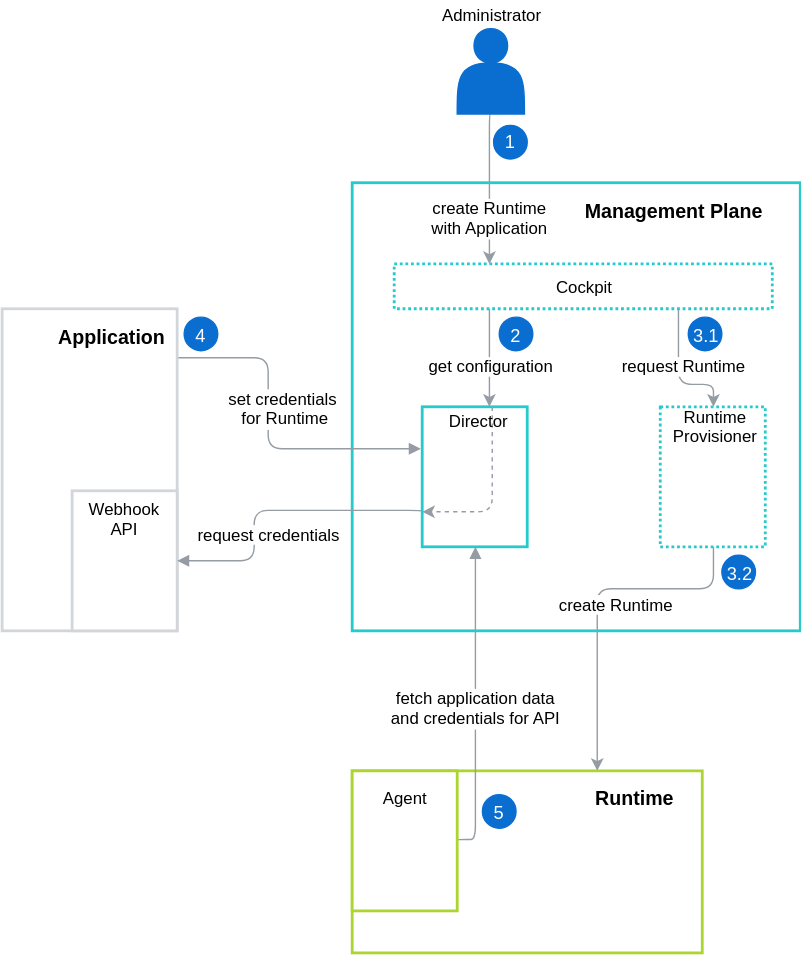
Above: docs/architecture/assets/api-credentials-flow.svg in kyma-incubator/compass (draw.io), before the change. Source tidied: cells renumbered, new cells last; positions are measured from the earlier drawing's top-left corner, leaving out a move shared by most shapes.
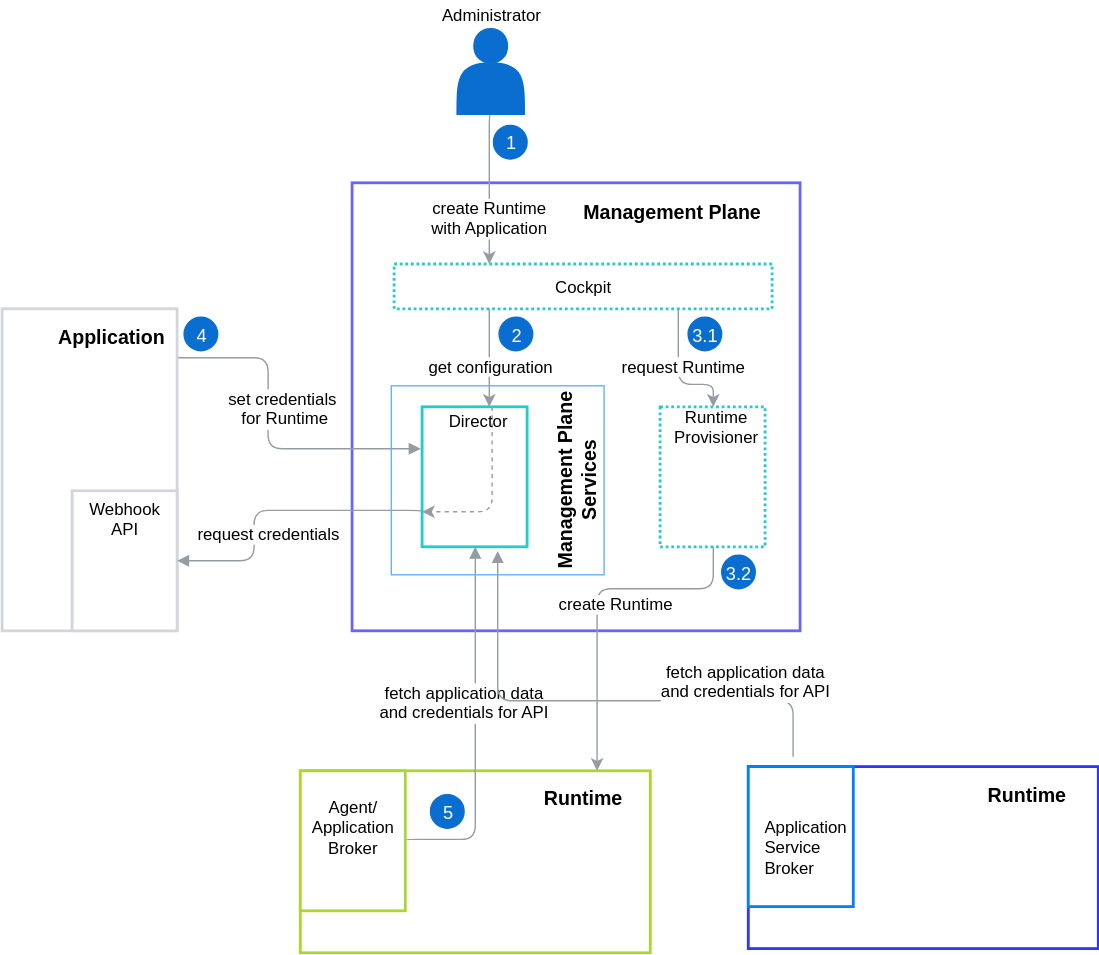
After the commit.

Diff of the diagram source:
```diff
@@ -2,17 +2,17 @@
   <root>
     <mxCell id="0" />
     <mxCell id="1" parent="0" />
-    <mxCell id="2" style="rounded=0;whiteSpace=wrap;html=1;strokeColor=#24CACC;strokeWidth=2;horizontal=1;" parent="1" vertex="1">
+    <mxCell id="2" style="rounded=0;whiteSpace=wrap;html=1;strokeColor=#6666FF;strokeWidth=2;horizontal=1;" parent="1" vertex="1">
       <mxGeometry x="250" y="130" width="320" height="320" as="geometry" />
     </mxCell>
     <mxCell id="3" value="Management Plane&lt;br style=&quot;font-size: 14px&quot;&gt;" style="text;html=1;strokeColor=none;fillColor=none;align=center;verticalAlign=middle;whiteSpace=wrap;rounded=0;fontStyle=1;fontSize=14;" parent="1" vertex="1">
       <mxGeometry x="392.5" y="140" width="172" height="20" as="geometry" />
     </mxCell>
     <mxCell id="4" style="rounded=0;whiteSpace=wrap;html=1;strokeColor=#ACD62F;strokeWidth=2;horizontal=1;" parent="1" vertex="1">
-      <mxGeometry x="250" y="550" width="250" height="130" as="geometry" />
+      <mxGeometry x="213" y="550" width="250" height="130" as="geometry" />
     </mxCell>
     <mxCell id="5" value="&amp;nbsp;Runtime&lt;br style=&quot;font-size: 14px;&quot;&gt;" style="text;html=1;strokeColor=none;fillColor=none;align=center;verticalAlign=middle;whiteSpace=wrap;rounded=0;fontStyle=1;fontSize=14;" parent="1" vertex="1">
-      <mxGeometry x="412.5" y="559" width="74" height="20" as="geometry" />
+      <mxGeometry x="375.5" y="559" width="74" height="20" as="geometry" />
     </mxCell>
     <mxCell id="6" style="edgeStyle=orthogonalEdgeStyle;rounded=1;jettySize=auto;html=1;exitX=1;exitY=0.152;exitDx=0;exitDy=0;startArrow=none;startFill=0;endArrow=block;endFill=1;strokeColor=#959CA4;fontSize=12;exitPerimeter=0;" parent="1" edge="1" source="8">
       <mxGeometry relative="1" as="geometry">
@@ -115,17 +115,17 @@
     </mxCell>
     <mxCell id="26" value="fetch application data&lt;br&gt;and credentials for API&lt;br&gt;" style="text;html=1;align=center;verticalAlign=middle;labelBackgroundColor=#ffffff;fontSize=12;" parent="25" vertex="1">
       <mxGeometry x="-0.11" y="1" relative="1" as="geometry">
-        <mxPoint x="0.5" y="-10" as="offset" />
+        <mxPoint x="-7" y="-35" as="offset" />
       </mxGeometry>
     </mxCell>
     <mxCell id="27" style="rounded=0;whiteSpace=wrap;html=1;strokeColor=#ACD62F;strokeWidth=2;horizontal=1;" parent="1" vertex="1">
-      <mxGeometry x="250" y="550" width="75" height="100" as="geometry" />
+      <mxGeometry x="213" y="550" width="75" height="100" as="geometry" />
     </mxCell>
-    <mxCell id="28" value="Agent" style="text;html=1;strokeColor=none;fillColor=none;align=center;verticalAlign=middle;whiteSpace=wrap;rounded=0;fontSize=12;" parent="1" vertex="1">
-      <mxGeometry x="267.5" y="559" width="40" height="20" as="geometry" />
+    <mxCell id="28" value="Agent/&lt;br&gt;Application&lt;br&gt;Broker&lt;br&gt;" style="text;html=1;strokeColor=none;fillColor=none;align=center;verticalAlign=middle;whiteSpace=wrap;rounded=0;fontSize=12;" parent="1" vertex="1">
+      <mxGeometry x="230.5" y="580" width="40" height="20" as="geometry" />
     </mxCell>
     <mxCell id="29" value="&lt;div style=&quot;text-align: center&quot;&gt;&lt;font color=&quot;#ffffff&quot;&gt;&lt;span style=&quot;font-size: 13px&quot;&gt;5&lt;/span&gt;&lt;/font&gt;&lt;/div&gt;" style="ellipse;whiteSpace=wrap;html=1;strokeColor=#0A6ED1;strokeWidth=1;fillColor=#0A6ED1;" parent="1" vertex="1">
-      <mxGeometry x="343" y="567" width="24" height="24" as="geometry" />
+      <mxGeometry x="306" y="567" width="24" height="24" as="geometry" />
     </mxCell>
     <mxCell id="30" value="Administrator&lt;br&gt;" style="text;html=1;strokeColor=none;fillColor=none;align=center;verticalAlign=middle;whiteSpace=wrap;rounded=0;" parent="1" vertex="1">
       <mxGeometry x="329" width="40" height="20" as="geometry" />
@@ -171,5 +171,38 @@
     <mxCell id="40" value="&lt;div style=&quot;text-align: center&quot;&gt;&lt;font color=&quot;#ffffff&quot;&gt;&lt;span style=&quot;font-size: 13px&quot;&gt;3.1&lt;/span&gt;&lt;/font&gt;&lt;/div&gt;" style="ellipse;whiteSpace=wrap;html=1;strokeColor=#0A6ED1;strokeWidth=1;fillColor=#0A6ED1;" parent="1" vertex="1">
       <mxGeometry x="489.5" y="226" width="24" height="24" as="geometry" />
     </mxCell>
+    <mxCell id="41" style="rounded=0;whiteSpace=wrap;html=1;strokeColor=#66B2FF;fillColor=none;" parent="1" vertex="1">
+      <mxGeometry x="278" y="275" width="152" height="135" as="geometry" />
+    </mxCell>
+    <mxCell id="42" value="Management Plane Services&lt;br style=&quot;font-size: 14px&quot;&gt;" style="text;html=1;strokeColor=none;fillColor=none;align=center;verticalAlign=middle;whiteSpace=wrap;rounded=0;fontStyle=1;fontSize=14;rotation=-90;" parent="1" vertex="1">
+      <mxGeometry x="324" y="332.5" width="172" height="20" as="geometry" />
+    </mxCell>
+    <mxCell id="43" style="rounded=0;whiteSpace=wrap;html=1;strokeColor=#3333FF;strokeWidth=2;horizontal=1;" parent="1" vertex="1">
+      <mxGeometry x="533" y="547" width="250" height="130" as="geometry" />
+    </mxCell>
+    <mxCell id="44" value="&amp;nbsp;Runtime&lt;br style=&quot;font-size: 14px;&quot;&gt;" style="text;html=1;strokeColor=none;fillColor=none;align=center;verticalAlign=middle;whiteSpace=wrap;rounded=0;fontStyle=1;fontSize=14;" parent="1" vertex="1">
+      <mxGeometry x="693" y="557" width="74" height="20" as="geometry" />
+    </mxCell>
+    <mxCell id="45" style="rounded=0;whiteSpace=wrap;html=1;strokeColor=#007FFF;strokeWidth=2;horizontal=1;" parent="1" vertex="1">
+      <mxGeometry x="533" y="547" width="75" height="100" as="geometry" />
+    </mxCell>
+    <mxCell id="46" value="Application&lt;br&gt;Service&lt;br&gt;Broker" style="text;html=1;" parent="1" vertex="1">
+      <mxGeometry x="543" y="577" width="150" height="30" as="geometry" />
+    </mxCell>
+    <mxCell id="47" style="edgeStyle=orthogonalEdgeStyle;rounded=1;orthogonalLoop=1;jettySize=auto;html=1;startArrow=none;startFill=0;endArrow=block;endFill=1;strokeColor=#959CA4;fontSize=12;" parent="1" edge="1">
+      <mxGeometry relative="1" as="geometry">
+        <mxPoint x="565" y="540" as="sourcePoint" />
+        <mxPoint x="354" y="393" as="targetPoint" />
+        <Array as="points">
+          <mxPoint x="565" y="500" />
+          <mxPoint x="354" y="500" />
+        </Array>
+      </mxGeometry>
+    </mxCell>
+    <mxCell id="48" value="fetch application data&lt;br&gt;and credentials for API&lt;br&gt;" style="text;html=1;align=center;verticalAlign=middle;labelBackgroundColor=#ffffff;fontSize=12;" parent="47" vertex="1">
+      <mxGeometry x="-0.11" y="1" relative="1" as="geometry">
+        <mxPoint x="84.5" y="-16" as="offset" />
+      </mxGeometry>
+    </mxCell>
   </root>
 </mxGraphModel>
```
